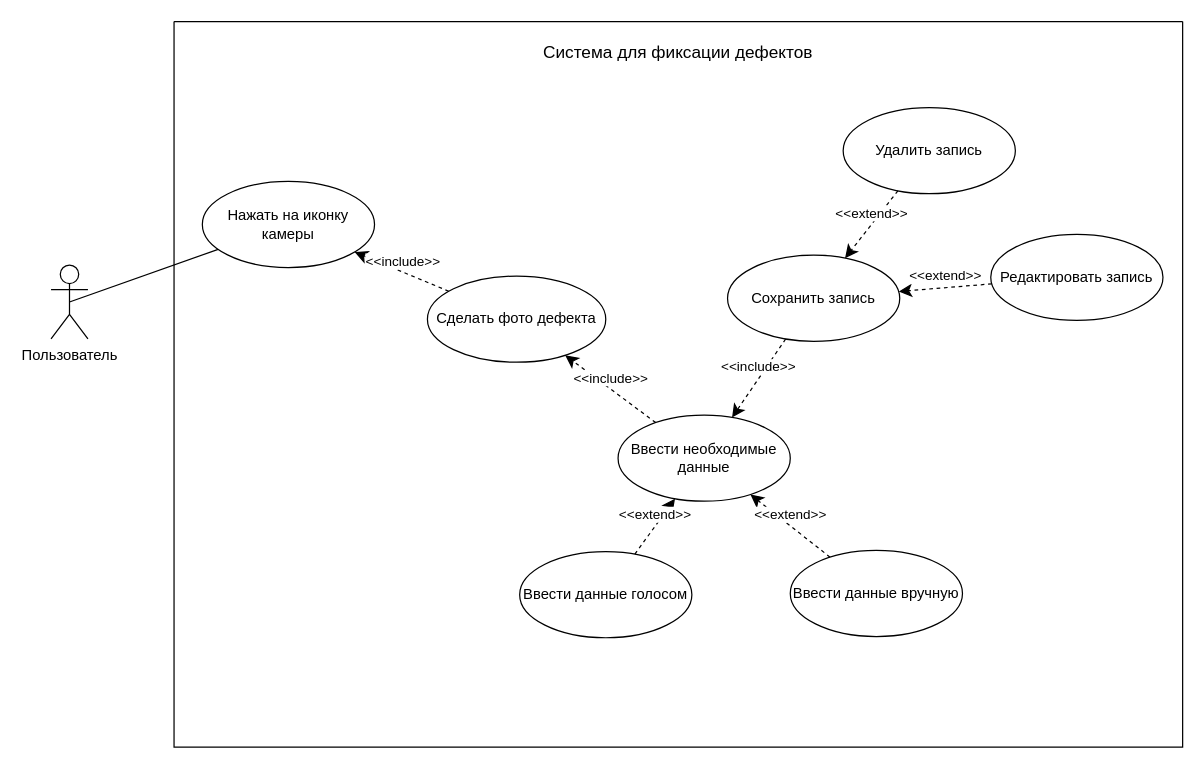
Earlier version of the draw.io diagram docs/Диаграмма use case.drawio (zMari-3/SuperStroy). Source tidied: cells renumbered, new cells numbered last; positions are measured from the earlier drawing's top-left corner, leaving out a move shared by most shapes. Both pictures are drawn from the tidied source at 123%, with x=0, y=0 at pixel (50, 21).
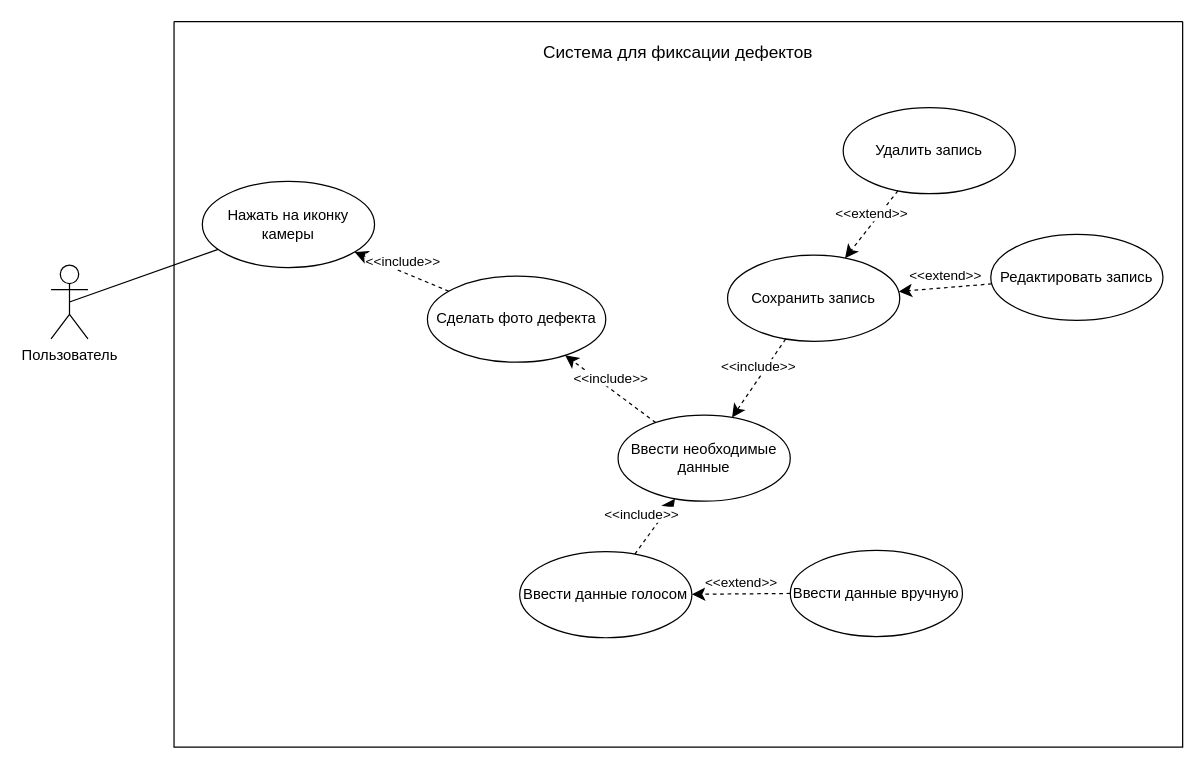
The same diagram, later.

Unchanged cells that the change refers to:
```xml
<mxCell id="3" style="swimlane;startSize=0;" parent="1" vertex="1">
  <mxGeometry x="100" width="820" height="590" as="geometry" />
</mxCell>
<mxCell id="8" value="Ввести необходимые данные" style="ellipse;whiteSpace=wrap;html=1;" parent="3" vertex="1">
  <mxGeometry x="361" y="320" width="140" height="70" as="geometry" />
</mxCell>
<mxCell id="10" value="Ввести данные голосом" style="ellipse;whiteSpace=wrap;html=1;" parent="3" vertex="1">
  <mxGeometry x="281" y="431" width="140" height="70" as="geometry" />
</mxCell>
<mxCell id="11" value="Ввести данные вручную" style="ellipse;whiteSpace=wrap;html=1;" parent="3" vertex="1">
  <mxGeometry x="501" y="430" width="140" height="70" as="geometry" />
</mxCell>
```

The edit, as a diff of the source:
```diff
@@
-    <mxCell id="12" value="&amp;lt;&amp;lt;extend&amp;gt;&amp;gt;" style="html=1;verticalAlign=bottom;endArrow=classic;dashed=1;endSize=8;curved=0;rounded=0;endFill=1;" parent="3" edge="1" source="11" target="8">
+    <mxCell id="12" value="&amp;lt;&amp;lt;extend&amp;gt;&amp;gt;" style="html=1;verticalAlign=bottom;endArrow=classic;dashed=1;endSize=8;curved=0;rounded=0;endFill=1;" parent="3" edge="1" source="11" target="10">
       <mxGeometry relative="1" as="geometry" />
     </mxCell>
-    <mxCell id="13" value="&amp;lt;&amp;lt;extend&amp;gt;&amp;gt;" style="html=1;verticalAlign=bottom;endArrow=classic;dashed=1;endSize=8;curved=0;rounded=0;endFill=1;" parent="3" edge="1" source="10" target="8">
-      <mxGeometry relative="1" as="geometry" />
+    <mxCell id="13" value="&amp;lt;&amp;lt;include&amp;gt;&amp;gt;" style="html=1;verticalAlign=bottom;endArrow=classic;dashed=1;endSize=8;curved=0;rounded=0;endFill=1;" parent="3" edge="1" source="10" target="8">
+      <mxGeometry x="-0.22" y="9" relative="1" as="geometry" />
     </mxCell>
```
